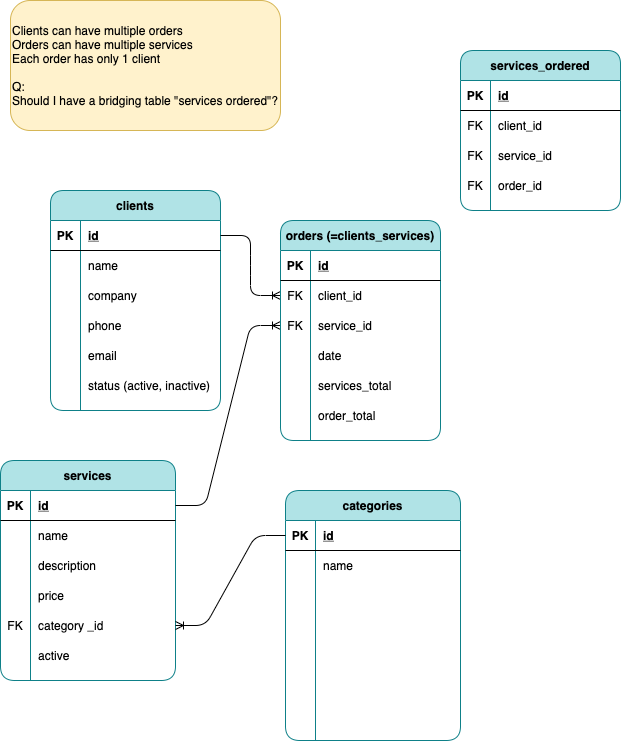
The draw.io diagram client/public/ERD_NYC.png in yuzhakova/website, before a commit. Source tidied: cells renumbered, new cells last; positions are measured from the earlier drawing's top-left corner, leaving out a move shared by most shapes.
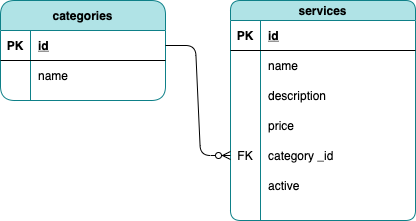
After the change.

The edit, as a diff of the source:
```diff
@@ -2,292 +2,85 @@
   <root>
     <mxCell id="0" />
     <mxCell id="1" parent="0" />
-    <mxCell id="2" value="clients" style="shape=table;startSize=30;rowLines=0;fontStyle=1;align=center;strokeColor=#0e8088;rounded=1;fillColor=#b0e3e6;swimlaneFillColor=#ffffff;" parent="1" vertex="1">
-      <mxGeometry x="50" y="190" width="170" height="220" as="geometry" />
-    </mxCell>
-    <mxCell id="3" style="shape=partialRectangle;fillColor=none;top=0;left=0;bottom=1;right=0;points=[[0,0.5],[1,0.5]];portConstraint=eastwest;" parent="2" vertex="1">
-      <mxGeometry y="30" width="170" height="30" as="geometry" />
-    </mxCell>
-    <mxCell id="4" value="PK" style="shape=partialRectangle;fillColor=none;top=0;left=0;bottom=0;right=0;fontStyle=1;overflow=hidden;" parent="3" vertex="1">
-      <mxGeometry width="30" height="30" as="geometry" />
-    </mxCell>
-    <mxCell id="5" value="id" style="shape=partialRectangle;fillColor=none;top=0;left=0;bottom=0;right=0;align=left;spacingLeft=6;fontStyle=5;overflow=hidden;" parent="3" vertex="1">
-      <mxGeometry x="30" width="140" height="30" as="geometry" />
-    </mxCell>
-    <mxCell id="6" style="shape=partialRectangle;fillColor=none;top=0;left=0;bottom=0;right=0;" parent="2" vertex="1">
-      <mxGeometry y="60" width="170" height="30" as="geometry" />
-    </mxCell>
-    <mxCell id="7" style="shape=partialRectangle;fillColor=none;top=0;left=0;bottom=0;right=0;overflow=hidden;" parent="6" vertex="1">
-      <mxGeometry width="30" height="30" as="geometry" />
-    </mxCell>
-    <mxCell id="8" value="name" style="shape=partialRectangle;fillColor=none;top=0;left=0;bottom=0;right=0;align=left;spacingLeft=6;overflow=hidden;" parent="6" vertex="1">
-      <mxGeometry x="30" width="140" height="30" as="geometry" />
-    </mxCell>
-    <mxCell id="9" style="shape=partialRectangle;fillColor=none;top=0;left=0;bottom=0;right=0;" parent="2" vertex="1">
-      <mxGeometry y="90" width="170" height="30" as="geometry" />
-    </mxCell>
-    <mxCell id="10" style="shape=partialRectangle;fillColor=none;top=0;left=0;bottom=0;right=0;overflow=hidden;" parent="9" vertex="1">
-      <mxGeometry width="30" height="30" as="geometry" />
-    </mxCell>
-    <mxCell id="11" value="company" style="shape=partialRectangle;fillColor=none;top=0;left=0;bottom=0;right=0;align=left;spacingLeft=6;overflow=hidden;" parent="9" vertex="1">
-      <mxGeometry x="30" width="140" height="30" as="geometry" />
-    </mxCell>
-    <mxCell id="12" style="shape=partialRectangle;fillColor=none;top=0;left=0;bottom=0;right=0;" parent="2" vertex="1">
-      <mxGeometry y="120" width="170" height="30" as="geometry" />
-    </mxCell>
-    <mxCell id="13" style="shape=partialRectangle;fillColor=none;top=0;left=0;bottom=0;right=0;overflow=hidden;" parent="12" vertex="1">
-      <mxGeometry width="30" height="30" as="geometry" />
-    </mxCell>
-    <mxCell id="14" value="phone" style="shape=partialRectangle;fillColor=none;top=0;left=0;bottom=0;right=0;align=left;spacingLeft=6;overflow=hidden;" parent="12" vertex="1">
-      <mxGeometry x="30" width="140" height="30" as="geometry" />
-    </mxCell>
-    <mxCell id="15" style="shape=partialRectangle;fillColor=none;top=0;left=0;bottom=0;right=0;" parent="2" vertex="1">
-      <mxGeometry y="150" width="170" height="30" as="geometry" />
-    </mxCell>
-    <mxCell id="16" style="shape=partialRectangle;fillColor=none;top=0;left=0;bottom=0;right=0;overflow=hidden;" parent="15" vertex="1">
-      <mxGeometry width="30" height="30" as="geometry" />
-    </mxCell>
-    <mxCell id="17" value="email" style="shape=partialRectangle;fillColor=none;top=0;left=0;bottom=0;right=0;align=left;spacingLeft=6;overflow=hidden;" parent="15" vertex="1">
-      <mxGeometry x="30" width="140" height="30" as="geometry" />
-    </mxCell>
-    <mxCell id="18" style="shape=partialRectangle;fillColor=none;top=0;left=0;bottom=0;right=0;" parent="2" vertex="1">
-      <mxGeometry y="180" width="170" height="30" as="geometry" />
-    </mxCell>
-    <mxCell id="19" style="shape=partialRectangle;fillColor=none;top=0;left=0;bottom=0;right=0;overflow=hidden;" parent="18" vertex="1">
-      <mxGeometry width="30" height="30" as="geometry" />
-    </mxCell>
-    <mxCell id="20" value="status (active, inactive)" style="shape=partialRectangle;fillColor=none;top=0;left=0;bottom=0;right=0;align=left;spacingLeft=6;overflow=hidden;" parent="18" vertex="1">
-      <mxGeometry x="30" width="140" height="30" as="geometry" />
-    </mxCell>
-    <mxCell id="21" value="services" style="shape=table;startSize=30;rowLines=0;fontStyle=1;align=center;strokeColor=#0e8088;rounded=1;fillColor=#b0e3e6;swimlaneFillColor=#ffffff;arcSize=16;" parent="1" vertex="1">
-      <mxGeometry y="460" width="175" height="220" as="geometry" />
+    <mxCell id="21" value="services" style="shape=table;startSize=20;rowLines=0;fontStyle=1;align=center;strokeColor=#0e8088;rounded=1;fillColor=#b0e3e6;swimlaneFillColor=#ffffff;arcSize=17;" parent="1" vertex="1">
+      <mxGeometry x="220" y="90" width="185" height="220" as="geometry" />
     </mxCell>
     <mxCell id="22" style="shape=partialRectangle;fillColor=none;top=0;left=0;bottom=1;right=0;points=[[0,0.5],[1,0.5]];portConstraint=eastwest;" parent="21" vertex="1">
-      <mxGeometry y="30" width="175" height="30" as="geometry" />
+      <mxGeometry y="20" width="185" height="30" as="geometry" />
     </mxCell>
     <mxCell id="23" value="PK" style="shape=partialRectangle;fillColor=none;top=0;left=0;bottom=0;right=0;fontStyle=1;overflow=hidden;" parent="22" vertex="1">
       <mxGeometry width="30" height="30" as="geometry" />
     </mxCell>
     <mxCell id="24" value="id" style="shape=partialRectangle;fillColor=none;top=0;left=0;bottom=0;right=0;align=left;spacingLeft=6;fontStyle=5;overflow=hidden;" parent="22" vertex="1">
-      <mxGeometry x="30" width="145" height="30" as="geometry" />
+      <mxGeometry x="30" width="155" height="30" as="geometry" />
     </mxCell>
     <mxCell id="25" style="shape=partialRectangle;fillColor=none;top=0;left=0;bottom=0;right=0;" parent="21" vertex="1">
-      <mxGeometry y="60" width="175" height="30" as="geometry" />
+      <mxGeometry y="50" width="185" height="30" as="geometry" />
     </mxCell>
     <mxCell id="26" style="shape=partialRectangle;fillColor=none;top=0;left=0;bottom=0;right=0;overflow=hidden;" parent="25" vertex="1">
       <mxGeometry width="30" height="30" as="geometry" />
     </mxCell>
     <mxCell id="27" value="name" style="shape=partialRectangle;fillColor=none;top=0;left=0;bottom=0;right=0;align=left;spacingLeft=6;overflow=hidden;" parent="25" vertex="1">
-      <mxGeometry x="30" width="145" height="30" as="geometry" />
+      <mxGeometry x="30" width="155" height="30" as="geometry" />
     </mxCell>
     <mxCell id="28" style="shape=partialRectangle;fillColor=none;top=0;left=0;bottom=0;right=0;" parent="21" vertex="1">
-      <mxGeometry y="90" width="175" height="30" as="geometry" />
+      <mxGeometry y="80" width="185" height="30" as="geometry" />
     </mxCell>
     <mxCell id="29" style="shape=partialRectangle;fillColor=none;top=0;left=0;bottom=0;right=0;overflow=hidden;" parent="28" vertex="1">
       <mxGeometry width="30" height="30" as="geometry" />
     </mxCell>
     <mxCell id="30" value="description" style="shape=partialRectangle;fillColor=none;top=0;left=0;bottom=0;right=0;align=left;spacingLeft=6;overflow=hidden;" parent="28" vertex="1">
-      <mxGeometry x="30" width="145" height="30" as="geometry" />
+      <mxGeometry x="30" width="155" height="30" as="geometry" />
     </mxCell>
     <mxCell id="31" style="shape=partialRectangle;fillColor=none;top=0;left=0;bottom=0;right=0;" parent="21" vertex="1">
-      <mxGeometry y="120" width="175" height="30" as="geometry" />
+      <mxGeometry y="110" width="185" height="30" as="geometry" />
     </mxCell>
     <mxCell id="32" style="shape=partialRectangle;fillColor=none;top=0;left=0;bottom=0;right=0;overflow=hidden;" parent="31" vertex="1">
       <mxGeometry width="30" height="30" as="geometry" />
     </mxCell>
     <mxCell id="33" value="price" style="shape=partialRectangle;fillColor=none;top=0;left=0;bottom=0;right=0;align=left;spacingLeft=6;overflow=hidden;" parent="31" vertex="1">
-      <mxGeometry x="30" width="145" height="30" as="geometry" />
+      <mxGeometry x="30" width="155" height="30" as="geometry" />
     </mxCell>
     <mxCell id="34" style="shape=partialRectangle;fillColor=none;top=0;left=0;bottom=0;right=0;points=[[0,0.5],[1,0.5]];portConstraint=eastwest;" parent="21" vertex="1">
-      <mxGeometry y="150" width="175" height="30" as="geometry" />
+      <mxGeometry y="140" width="185" height="30" as="geometry" />
     </mxCell>
     <mxCell id="35" value="FK" style="shape=partialRectangle;fillColor=none;top=0;left=0;bottom=0;right=0;overflow=hidden;" parent="34" vertex="1">
       <mxGeometry width="30" height="30" as="geometry" />
     </mxCell>
     <mxCell id="36" value="category _id" style="shape=partialRectangle;fillColor=none;top=0;left=0;bottom=0;right=0;align=left;spacingLeft=6;overflow=hidden;" parent="34" vertex="1">
-      <mxGeometry x="30" width="145" height="30" as="geometry" />
+      <mxGeometry x="30" width="155" height="30" as="geometry" />
     </mxCell>
     <mxCell id="37" style="shape=partialRectangle;fillColor=none;top=0;left=0;bottom=0;right=0;" parent="21" vertex="1">
-      <mxGeometry y="180" width="175" height="30" as="geometry" />
+      <mxGeometry y="170" width="185" height="30" as="geometry" />
     </mxCell>
     <mxCell id="38" style="shape=partialRectangle;fillColor=none;top=0;left=0;bottom=0;right=0;overflow=hidden;" parent="37" vertex="1">
       <mxGeometry width="30" height="30" as="geometry" />
     </mxCell>
     <mxCell id="39" value="active" style="shape=partialRectangle;fillColor=none;top=0;left=0;bottom=0;right=0;align=left;spacingLeft=6;overflow=hidden;" parent="37" vertex="1">
-      <mxGeometry x="30" width="145" height="30" as="geometry" />
+      <mxGeometry x="30" width="155" height="30" as="geometry" />
     </mxCell>
-    <mxCell id="40" style="edgeStyle=entityRelationEdgeStyle;fontSize=12;html=1;endArrow=ERoneToMany;entryX=0;entryY=0.5;entryDx=0;entryDy=0;exitX=1;exitY=0.5;exitDx=0;exitDy=0;" parent="1" edge="1" source="3" target="46">
-      <mxGeometry relative="1" as="geometry" />
-    </mxCell>
-    <mxCell id="41" style="edgeStyle=entityRelationEdgeStyle;fontSize=12;html=1;endArrow=ERoneToMany;entryX=0;entryY=0.5;entryDx=0;entryDy=0;exitX=1;exitY=0.5;exitDx=0;exitDy=0;" parent="1" edge="1" source="22" target="49">
-      <mxGeometry relative="1" as="geometry" />
-    </mxCell>
-    <mxCell id="42" value="orders (=clients_services)" style="shape=table;startSize=30;rowLines=0;fontStyle=1;align=center;strokeColor=#0e8088;rounded=1;fillColor=#b0e3e6;swimlaneFillColor=#ffffff;" parent="1" vertex="1">
-      <mxGeometry x="280" y="220" width="160" height="220" as="geometry" />
-    </mxCell>
-    <mxCell id="43" style="shape=partialRectangle;fillColor=none;top=0;left=0;bottom=1;right=0;" parent="42" vertex="1">
-      <mxGeometry y="30" width="160" height="30" as="geometry" />
-    </mxCell>
-    <mxCell id="44" value="PK" style="shape=partialRectangle;fillColor=none;top=0;left=0;bottom=0;right=0;fontStyle=1;overflow=hidden;" parent="43" vertex="1">
-      <mxGeometry width="30" height="30" as="geometry" />
-    </mxCell>
-    <mxCell id="45" value="id" style="shape=partialRectangle;fillColor=none;top=0;left=0;bottom=0;right=0;align=left;spacingLeft=6;fontStyle=5;overflow=hidden;" parent="43" vertex="1">
-      <mxGeometry x="30" width="130" height="30" as="geometry" />
-    </mxCell>
-    <mxCell id="46" style="shape=partialRectangle;fillColor=none;top=0;left=0;bottom=0;right=0;points=[[0,0.5],[1,0.5]];portConstraint=eastwest;" parent="42" vertex="1">
-      <mxGeometry y="60" width="160" height="30" as="geometry" />
-    </mxCell>
-    <mxCell id="47" value="FK" style="shape=partialRectangle;fillColor=none;top=0;left=0;bottom=0;right=0;overflow=hidden;" parent="46" vertex="1">
-      <mxGeometry width="30" height="30" as="geometry" />
-    </mxCell>
-    <mxCell id="48" value="client_id" style="shape=partialRectangle;fillColor=none;top=0;left=0;bottom=0;right=0;align=left;spacingLeft=6;overflow=hidden;" parent="46" vertex="1">
-      <mxGeometry x="30" width="130" height="30" as="geometry" />
-    </mxCell>
-    <mxCell id="49" style="shape=partialRectangle;fillColor=none;top=0;left=0;bottom=0;right=0;points=[[0,0.5],[1,0.5]];portConstraint=eastwest;" parent="42" vertex="1">
-      <mxGeometry y="90" width="160" height="30" as="geometry" />
-    </mxCell>
-    <mxCell id="50" value="FK" style="shape=partialRectangle;fillColor=none;top=0;left=0;bottom=0;right=0;overflow=hidden;" parent="49" vertex="1">
-      <mxGeometry width="30" height="30" as="geometry" />
-    </mxCell>
-    <mxCell id="51" value="service_id" style="shape=partialRectangle;fillColor=none;top=0;left=0;bottom=0;right=0;align=left;spacingLeft=6;overflow=hidden;" parent="49" vertex="1">
-      <mxGeometry x="30" width="130" height="30" as="geometry" />
-    </mxCell>
-    <mxCell id="52" style="shape=partialRectangle;fillColor=none;top=0;left=0;bottom=0;right=0;" parent="42" vertex="1">
-      <mxGeometry y="120" width="160" height="30" as="geometry" />
-    </mxCell>
-    <mxCell id="53" style="shape=partialRectangle;fillColor=none;top=0;left=0;bottom=0;right=0;overflow=hidden;" parent="52" vertex="1">
-      <mxGeometry width="30" height="30" as="geometry" />
-    </mxCell>
-    <mxCell id="54" value="date" style="shape=partialRectangle;fillColor=none;top=0;left=0;bottom=0;right=0;align=left;spacingLeft=6;overflow=hidden;" parent="52" vertex="1">
-      <mxGeometry x="30" width="130" height="30" as="geometry" />
-    </mxCell>
-    <mxCell id="55" style="shape=partialRectangle;fillColor=none;top=0;left=0;bottom=0;right=0;" parent="42" vertex="1">
-      <mxGeometry y="150" width="160" height="30" as="geometry" />
-    </mxCell>
-    <mxCell id="56" style="shape=partialRectangle;fillColor=none;top=0;left=0;bottom=0;right=0;overflow=hidden;" parent="55" vertex="1">
-      <mxGeometry width="30" height="30" as="geometry" />
-    </mxCell>
-    <mxCell id="57" value="services_total" style="shape=partialRectangle;fillColor=none;top=0;left=0;bottom=0;right=0;align=left;spacingLeft=6;overflow=hidden;" parent="55" vertex="1">
-      <mxGeometry x="30" width="130" height="30" as="geometry" />
-    </mxCell>
-    <mxCell id="58" style="shape=partialRectangle;fillColor=none;top=0;left=0;bottom=0;right=0;" parent="42" vertex="1">
-      <mxGeometry y="180" width="160" height="30" as="geometry" />
-    </mxCell>
-    <mxCell id="59" style="shape=partialRectangle;fillColor=none;top=0;left=0;bottom=0;right=0;overflow=hidden;" parent="58" vertex="1">
-      <mxGeometry width="30" height="30" as="geometry" />
-    </mxCell>
-    <mxCell id="60" value="order_total" style="shape=partialRectangle;fillColor=none;top=0;left=0;bottom=0;right=0;align=left;spacingLeft=6;overflow=hidden;" parent="58" vertex="1">
-      <mxGeometry x="30" width="130" height="30" as="geometry" />
-    </mxCell>
-    <mxCell id="61" value="services_ordered" style="shape=table;startSize=30;rowLines=0;fontStyle=1;align=center;strokeColor=#0e8088;rounded=1;fillColor=#b0e3e6;swimlaneFillColor=#ffffff;" parent="1" vertex="1">
-      <mxGeometry x="460" y="50" width="160" height="160" as="geometry" />
-    </mxCell>
-    <mxCell id="62" style="shape=partialRectangle;fillColor=none;top=0;left=0;bottom=1;right=0;" parent="61" vertex="1">
-      <mxGeometry y="30" width="160" height="30" as="geometry" />
-    </mxCell>
-    <mxCell id="63" value="PK" style="shape=partialRectangle;fillColor=none;top=0;left=0;bottom=0;right=0;fontStyle=1;overflow=hidden;" parent="62" vertex="1">
-      <mxGeometry width="30" height="30" as="geometry" />
-    </mxCell>
-    <mxCell id="64" value="id" style="shape=partialRectangle;fillColor=none;top=0;left=0;bottom=0;right=0;align=left;spacingLeft=6;fontStyle=5;overflow=hidden;" parent="62" vertex="1">
-      <mxGeometry x="30" width="130" height="30" as="geometry" />
-    </mxCell>
-    <mxCell id="65" style="shape=partialRectangle;fillColor=none;top=0;left=0;bottom=0;right=0;" parent="61" vertex="1">
-      <mxGeometry y="60" width="160" height="30" as="geometry" />
-    </mxCell>
-    <mxCell id="66" value="FK" style="shape=partialRectangle;fillColor=none;top=0;left=0;bottom=0;right=0;overflow=hidden;" parent="65" vertex="1">
-      <mxGeometry width="30" height="30" as="geometry" />
-    </mxCell>
-    <mxCell id="67" value="client_id" style="shape=partialRectangle;fillColor=none;top=0;left=0;bottom=0;right=0;align=left;spacingLeft=6;overflow=hidden;" parent="65" vertex="1">
-      <mxGeometry x="30" width="130" height="30" as="geometry" />
-    </mxCell>
-    <mxCell id="68" style="shape=partialRectangle;fillColor=none;top=0;left=0;bottom=0;right=0;" parent="61" vertex="1">
-      <mxGeometry y="90" width="160" height="30" as="geometry" />
-    </mxCell>
-    <mxCell id="69" value="FK" style="shape=partialRectangle;fillColor=none;top=0;left=0;bottom=0;right=0;overflow=hidden;" parent="68" vertex="1">
-      <mxGeometry width="30" height="30" as="geometry" />
-    </mxCell>
-    <mxCell id="70" value="service_id" style="shape=partialRectangle;fillColor=none;top=0;left=0;bottom=0;right=0;align=left;spacingLeft=6;overflow=hidden;" parent="68" vertex="1">
-      <mxGeometry x="30" width="130" height="30" as="geometry" />
-    </mxCell>
-    <mxCell id="71" style="shape=partialRectangle;fillColor=none;top=0;left=0;bottom=0;right=0;" parent="61" vertex="1">
-      <mxGeometry y="120" width="160" height="30" as="geometry" />
-    </mxCell>
-    <mxCell id="72" value="FK" style="shape=partialRectangle;fillColor=none;top=0;left=0;bottom=0;right=0;overflow=hidden;" parent="71" vertex="1">
-      <mxGeometry width="30" height="30" as="geometry" />
-    </mxCell>
-    <mxCell id="73" value="order_id" style="shape=partialRectangle;fillColor=none;top=0;left=0;bottom=0;right=0;align=left;spacingLeft=6;overflow=hidden;" parent="71" vertex="1">
-      <mxGeometry x="30" width="130" height="30" as="geometry" />
-    </mxCell>
-    <mxCell id="74" value="Clients can have multiple orders&lt;br&gt;Orders can have multiple services&lt;br&gt;Each order has only 1 client&lt;br&gt;&lt;br&gt;Q:&lt;br&gt;Should I have a bridging table &quot;services ordered&quot;?" style="whiteSpace=wrap;html=1;rounded=1;fillColor=#fff2cc;align=left;strokeColor=#d6b656;" parent="1" vertex="1">
-      <mxGeometry x="10" width="270" height="130" as="geometry" />
-    </mxCell>
     <mxCell id="75" value="categories" style="shape=table;startSize=30;rowLines=0;fontStyle=1;align=center;strokeColor=#0e8088;rounded=1;fillColor=#b0e3e6;swimlaneFillColor=#ffffff;arcSize=16;" parent="1" vertex="1">
-      <mxGeometry x="285" y="490" width="175" height="250" as="geometry" />
+      <mxGeometry x="-10" y="90" width="165" height="100" as="geometry" />
     </mxCell>
     <mxCell id="76" style="shape=partialRectangle;fillColor=none;top=0;left=0;bottom=1;right=0;points=[[0,0.5],[1,0.5]];portConstraint=eastwest;" parent="75" vertex="1">
-      <mxGeometry y="30" width="175" height="30" as="geometry" />
+      <mxGeometry y="30" width="165" height="30" as="geometry" />
     </mxCell>
     <mxCell id="77" value="PK" style="shape=partialRectangle;fillColor=none;top=0;left=0;bottom=0;right=0;fontStyle=1;overflow=hidden;" parent="76" vertex="1">
       <mxGeometry width="30" height="30" as="geometry" />
     </mxCell>
     <mxCell id="78" value="id" style="shape=partialRectangle;fillColor=none;top=0;left=0;bottom=0;right=0;align=left;spacingLeft=6;fontStyle=5;overflow=hidden;" parent="76" vertex="1">
-      <mxGeometry x="30" width="145" height="30" as="geometry" />
+      <mxGeometry x="30" width="135" height="30" as="geometry" />
     </mxCell>
     <mxCell id="79" style="shape=partialRectangle;fillColor=none;top=0;left=0;bottom=0;right=0;" parent="75" vertex="1">
-      <mxGeometry y="60" width="175" height="30" as="geometry" />
+      <mxGeometry y="60" width="165" height="30" as="geometry" />
     </mxCell>
     <mxCell id="80" style="shape=partialRectangle;fillColor=none;top=0;left=0;bottom=0;right=0;overflow=hidden;" parent="79" vertex="1">
       <mxGeometry width="30" height="30" as="geometry" />
     </mxCell>
     <mxCell id="81" value="name" style="shape=partialRectangle;fillColor=none;top=0;left=0;bottom=0;right=0;align=left;spacingLeft=6;overflow=hidden;" parent="79" vertex="1">
-      <mxGeometry x="30" width="145" height="30" as="geometry" />
+      <mxGeometry x="30" width="135" height="30" as="geometry" />
     </mxCell>
-    <mxCell id="82" style="shape=partialRectangle;fillColor=none;top=0;left=0;bottom=0;right=0;" parent="75" vertex="1">
-      <mxGeometry y="90" width="175" height="30" as="geometry" />
-    </mxCell>
-    <mxCell id="83" style="shape=partialRectangle;fillColor=none;top=0;left=0;bottom=0;right=0;overflow=hidden;" parent="82" vertex="1">
-      <mxGeometry width="30" height="30" as="geometry" />
-    </mxCell>
-    <mxCell id="84" style="shape=partialRectangle;fillColor=none;top=0;left=0;bottom=0;right=0;align=left;spacingLeft=6;overflow=hidden;" parent="82" vertex="1">
-      <mxGeometry x="30" width="145" height="30" as="geometry" />
-    </mxCell>
-    <mxCell id="85" style="shape=partialRectangle;fillColor=none;top=0;left=0;bottom=0;right=0;" parent="75" vertex="1">
-      <mxGeometry y="120" width="175" height="30" as="geometry" />
-    </mxCell>
-    <mxCell id="86" style="shape=partialRectangle;fillColor=none;top=0;left=0;bottom=0;right=0;overflow=hidden;" parent="85" vertex="1">
-      <mxGeometry width="30" height="30" as="geometry" />
-    </mxCell>
-    <mxCell id="87" style="shape=partialRectangle;fillColor=none;top=0;left=0;bottom=0;right=0;align=left;spacingLeft=6;overflow=hidden;" parent="85" vertex="1">
-      <mxGeometry x="30" width="145" height="30" as="geometry" />
-    </mxCell>
-    <mxCell id="88" style="shape=partialRectangle;fillColor=none;top=0;left=0;bottom=0;right=0;" parent="75" vertex="1">
-      <mxGeometry y="150" width="175" height="30" as="geometry" />
-    </mxCell>
-    <mxCell id="89" style="shape=partialRectangle;fillColor=none;top=0;left=0;bottom=0;right=0;overflow=hidden;" parent="88" vertex="1">
-      <mxGeometry width="30" height="30" as="geometry" />
-    </mxCell>
-    <mxCell id="90" style="shape=partialRectangle;fillColor=none;top=0;left=0;bottom=0;right=0;align=left;spacingLeft=6;overflow=hidden;" parent="88" vertex="1">
-      <mxGeometry x="30" width="145" height="30" as="geometry" />
-    </mxCell>
-    <mxCell id="91" style="shape=partialRectangle;fillColor=none;top=0;left=0;bottom=0;right=0;" parent="75" vertex="1">
-      <mxGeometry y="180" width="175" height="30" as="geometry" />
-    </mxCell>
-    <mxCell id="92" style="shape=partialRectangle;fillColor=none;top=0;left=0;bottom=0;right=0;overflow=hidden;" parent="91" vertex="1">
-      <mxGeometry width="30" height="30" as="geometry" />
-    </mxCell>
-    <mxCell id="93" style="shape=partialRectangle;fillColor=none;top=0;left=0;bottom=0;right=0;align=left;spacingLeft=6;overflow=hidden;" parent="91" vertex="1">
-      <mxGeometry x="30" width="145" height="30" as="geometry" />
-    </mxCell>
-    <mxCell id="94" style="shape=partialRectangle;fillColor=none;top=0;left=0;bottom=0;right=0;" parent="75" vertex="1">
-      <mxGeometry y="210" width="175" height="30" as="geometry" />
-    </mxCell>
-    <mxCell id="95" style="shape=partialRectangle;fillColor=none;top=0;left=0;bottom=0;right=0;overflow=hidden;" parent="94" vertex="1">
-      <mxGeometry width="30" height="30" as="geometry" />
-    </mxCell>
-    <mxCell id="96" style="shape=partialRectangle;fillColor=none;top=0;left=0;bottom=0;right=0;align=left;spacingLeft=6;overflow=hidden;" parent="94" vertex="1">
-      <mxGeometry x="30" width="145" height="30" as="geometry" />
-    </mxCell>
-    <mxCell id="97" style="edgeStyle=entityRelationEdgeStyle;fontSize=12;html=1;endArrow=ERoneToMany;exitX=0;exitY=0.5;exitDx=0;exitDy=0;elbow=vertical;entryX=1;entryY=0.5;entryDx=0;entryDy=0;" parent="1" edge="1" source="76" target="34">
+    <mxCell id="97" style="edgeStyle=entityRelationEdgeStyle;fontSize=12;html=1;endArrow=ERzeroToMany;endFill=1;exitX=1;exitY=0.5;exitDx=0;exitDy=0;" parent="1" edge="1" source="76" target="34">
       <mxGeometry relative="1" as="geometry" />
     </mxCell>
   </root>
```
